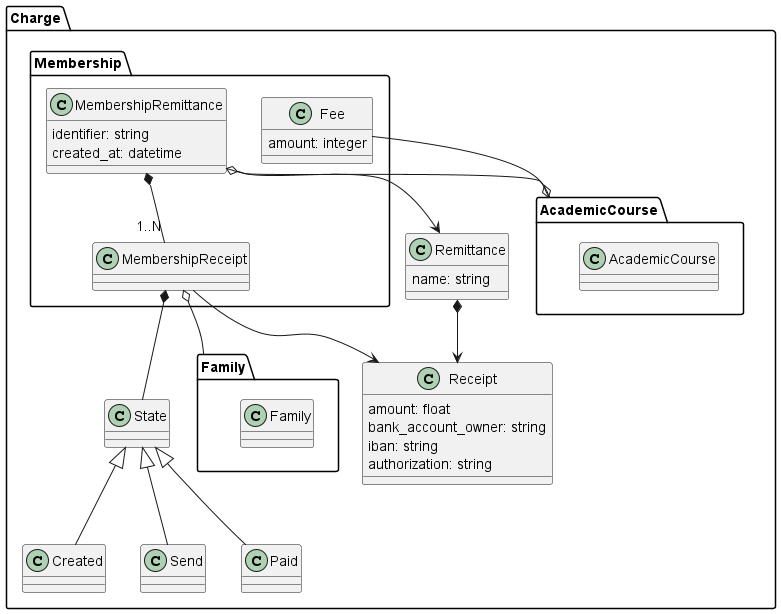
IgnacioMaestro/ampa-manager keeps this PlantUML diagram as doc/DomainModelDiagram/ChargePackage/Membership/Membership.png. Above is the earlier version. Source of this version:
```plantuml
@startuml
package Charge{

    package Membership{
        class MembershipRemittance {
            identifier: string
            created_at: datetime
        }
        class MembershipReceipt
        class Fee{
            amount: integer
        }
        MembershipRemittance *-- "1..N" MembershipReceipt
    }

    package AcademicCourse{
        class AcademicCourse
    }
    Fee --o AcademicCourse
    MembershipRemittance o-- AcademicCourse

    package Family{
        class Family
    }
    MembershipReceipt o--  Family

    MembershipReceipt --> Receipt
    MembershipRemittance --> Remittance

    class State
    class Created
    class Send
    class Paid
    State <|-- Created
    State <|-- Send
    State <|-- Paid

    class Remittance {
        name: string
    }
    class Receipt {
        amount: float
        bank_account_owner: string
        iban: string
        authorization: string
    }

    Remittance *--> Receipt

    MembershipReceipt *-- State
}
@enduml
```
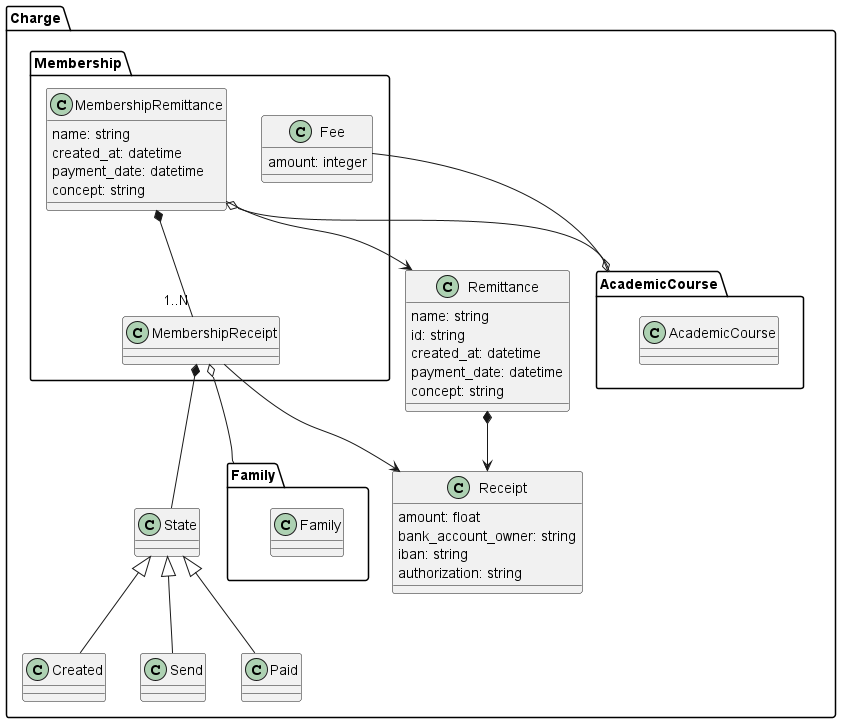
After the change.

Change to the diagram source:
```diff
@@ -1,10 +1,12 @@
 @startuml
+!include ..\ChargeCommon.puml
 package Charge{
-
     package Membership{
         class MembershipRemittance {
-            identifier: string
+            name: string
             created_at: datetime
+            payment_date: datetime
+            concept: string
         }
         class MembershipReceipt
         class Fee{
@@ -27,26 +29,6 @@
     MembershipReceipt --> Receipt
     MembershipRemittance --> Remittance
 
-    class State
-    class Created
-    class Send
-    class Paid
-    State <|-- Created
-    State <|-- Send
-    State <|-- Paid
-
-    class Remittance {
-        name: string
-    }
-    class Receipt {
-        amount: float
-        bank_account_owner: string
-        iban: string
-        authorization: string
-    }
-
-    Remittance *--> Receipt
-
     MembershipReceipt *-- State
 }
 @enduml
```
